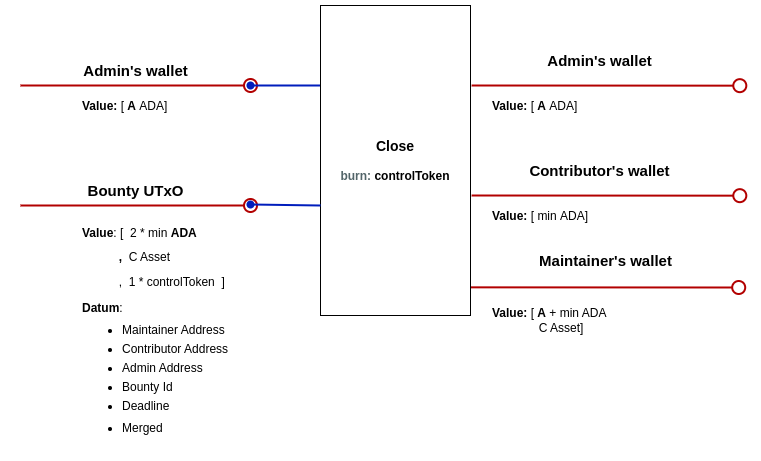
This is docs/img/close2.png from githoney-io/githoney-smart-contract, a draw.io export, as it was before one commit. Source tidied: cells renumbered, new cells last; positions are measured from the earlier drawing's top-left corner, leaving out a move shared by most shapes. Source of this version:
```xml
<mxGraphModel>
  <root>
    <mxCell id="0" />
    <mxCell id="1" parent="0" />
    <mxCell id="2" style="endArrow=oval;html=1;rounded=0;strokeWidth=2;fillColor=#e51400;strokeColor=#B20000;startArrow=none;startFill=0;endFill=0;endSize=13;" parent="1" edge="1">
      <mxGeometry relative="1" as="geometry">
        <mxPoint y="80" as="sourcePoint" />
        <mxPoint x="230" y="80" as="targetPoint" />
      </mxGeometry>
    </mxCell>
    <mxCell id="3" style="endArrow=oval;html=1;rounded=0;fillColor=#0050ef;strokeColor=#001DBC;shadow=0;strokeWidth=2;startArrow=none;startFill=0;endFill=1;endSize=6;" parent="1" edge="1">
      <mxGeometry relative="1" as="geometry">
        <mxPoint x="350" y="80" as="sourcePoint" />
        <mxPoint x="230" y="80" as="targetPoint" />
      </mxGeometry>
    </mxCell>
    <mxCell id="4" value="&lt;b&gt;Value: &lt;/b&gt;[&lt;b&gt;&amp;nbsp;A&lt;/b&gt;&amp;nbsp;ADA]" style="text;html=1;strokeColor=none;fillColor=none;align=left;verticalAlign=middle;whiteSpace=wrap;rounded=0;" parent="1" vertex="1">
      <mxGeometry x="60" y="80" width="174" height="41" as="geometry" />
    </mxCell>
    <mxCell id="5" style="endArrow=oval;html=1;rounded=0;strokeWidth=2;fillColor=#e51400;strokeColor=#B20000;startArrow=none;startFill=0;endFill=0;endSize=13;exitX=1.015;exitY=0.384;exitDx=0;exitDy=0;exitPerimeter=0;" parent="1" edge="1">
      <mxGeometry relative="1" as="geometry">
        <mxPoint x="450" y="281.8" as="sourcePoint" />
        <mxPoint x="718.2" y="282" as="targetPoint" />
      </mxGeometry>
    </mxCell>
    <mxCell id="6" value="&lt;font style=&quot;&quot;&gt;&lt;span style=&quot;font-weight: bold; font-size: 14px;&quot;&gt;Close&lt;br&gt;&lt;/span&gt;&lt;/font&gt;&lt;br&gt;&lt;b&gt;&lt;font color=&quot;#536569&quot;&gt;burn:&amp;nbsp;&lt;/font&gt;controlToken&lt;/b&gt;" style="rounded=0;whiteSpace=wrap;html=1;" parent="1" vertex="1">
      <mxGeometry x="300" width="150" height="310" as="geometry" />
    </mxCell>
    <mxCell id="7" value="&lt;font style=&quot;font-size: 15px;&quot;&gt;&lt;b style=&quot;font-size: 12px;&quot;&gt;&lt;font style=&quot;font-size: 15px;&quot;&gt;Admin's wallet&lt;/font&gt;&lt;/b&gt;&lt;b&gt;&lt;br&gt;&lt;/b&gt;&lt;/font&gt;" style="text;html=1;align=center;verticalAlign=middle;strokeColor=none;fillColor=none;" parent="1" vertex="1">
      <mxGeometry x="50" y="50" width="130" height="30" as="geometry" />
    </mxCell>
    <mxCell id="8" value="&lt;font style=&quot;font-size: 15px;&quot;&gt;&lt;b style=&quot;font-size: 12px;&quot;&gt;&lt;font style=&quot;font-size: 15px;&quot;&gt;Maintainer's wallet&lt;/font&gt;&lt;/b&gt;&lt;b&gt;&lt;br&gt;&lt;/b&gt;&lt;/font&gt;" style="text;html=1;align=center;verticalAlign=middle;strokeColor=none;fillColor=none;" parent="1" vertex="1">
      <mxGeometry x="505.2" y="240" width="160" height="30" as="geometry" />
    </mxCell>
    <mxCell id="9" style="endArrow=oval;html=1;rounded=0;strokeWidth=2;fillColor=#e51400;strokeColor=#B20000;startArrow=none;startFill=0;endFill=0;endSize=13;" parent="1" edge="1">
      <mxGeometry relative="1" as="geometry">
        <mxPoint y="200" as="sourcePoint" />
        <mxPoint x="230" y="200" as="targetPoint" />
      </mxGeometry>
    </mxCell>
    <mxCell id="10" style="endArrow=oval;html=1;rounded=0;fillColor=#0050ef;strokeColor=#001DBC;shadow=0;strokeWidth=2;startArrow=none;startFill=0;endFill=1;endSize=6;" parent="1" edge="1">
      <mxGeometry relative="1" as="geometry">
        <mxPoint x="300" y="200" as="sourcePoint" />
        <mxPoint x="230" y="199" as="targetPoint" />
      </mxGeometry>
    </mxCell>
    <mxCell id="11" value="&lt;font style=&quot;font-size: 15px;&quot;&gt;&lt;b&gt;Bounty UTxO&lt;/b&gt;&lt;/font&gt;" style="text;html=1;align=center;verticalAlign=middle;strokeColor=none;fillColor=none;" parent="1" vertex="1">
      <mxGeometry x="55" y="170" width="120" height="30" as="geometry" />
    </mxCell>
    <mxCell id="12" value="&lt;p style=&quot;line-height: 100%;&quot;&gt;&lt;b&gt;Value&lt;/b&gt;: [&amp;nbsp; 2 * min&lt;b&gt;&amp;nbsp;ADA&lt;/b&gt;&lt;/p&gt;&lt;p style=&quot;line-height: 100%;&quot;&gt;&lt;b&gt;&lt;span style=&quot;white-space: pre;&quot;&gt;&#9;&lt;/span&gt;&amp;nbsp; &amp;nbsp;,&amp;nbsp; &lt;/b&gt;C Asset&lt;br&gt;&lt;/p&gt;&lt;span style=&quot;background-color: initial;&quot;&gt;&amp;nbsp; &amp;nbsp; &amp;nbsp; &amp;nbsp; &amp;nbsp; &amp;nbsp;,&amp;nbsp; 1 * controlToken&lt;/span&gt;&lt;b style=&quot;background-color: initial;&quot;&gt;&amp;nbsp;&amp;nbsp;&lt;/b&gt;&lt;span style=&quot;background-color: initial;&quot;&gt;]&amp;nbsp;&lt;/span&gt;&lt;div&gt;&lt;p style=&quot;line-height: 100%;&quot;&gt;&lt;b&gt;Datum&lt;/b&gt;:&lt;/p&gt;&lt;ul style=&quot;line-height: 80%;&quot;&gt;&lt;li&gt;Maintainer Address&lt;br&gt;&lt;br&gt;&lt;/li&gt;&lt;li&gt;Contributor Address&lt;br&gt;&lt;br&gt;&lt;/li&gt;&lt;li&gt;Admin Address&amp;nbsp; &amp;nbsp; &amp;nbsp; &amp;nbsp; &amp;nbsp; &amp;nbsp;&lt;br&gt;&amp;nbsp; &amp;nbsp; &amp;nbsp;&lt;/li&gt;&lt;li&gt;Bounty Id&lt;br&gt;&lt;br&gt;&lt;/li&gt;&lt;li&gt;Deadline&lt;/li&gt;&lt;/ul&gt;&lt;ul style=&quot;line-height: 80%;&quot;&gt;&lt;li&gt;Merged&lt;br&gt;&lt;/li&gt;&lt;/ul&gt;&lt;p&gt;&lt;/p&gt;&lt;/div&gt;" style="text;html=1;strokeColor=none;fillColor=none;align=left;verticalAlign=middle;whiteSpace=wrap;rounded=0;" parent="1" vertex="1">
      <mxGeometry x="60" y="200" width="437.4" height="250" as="geometry" />
    </mxCell>
    <mxCell id="13" value="&lt;b&gt;Value: &lt;/b&gt;[&lt;b&gt;&amp;nbsp;A&lt;/b&gt;&amp;nbsp;+ min ADA&lt;br&gt;&lt;div&gt;&lt;span style=&quot;white-space: pre;&quot;&gt;&#9;&lt;/span&gt;&amp;nbsp; &amp;nbsp; &amp;nbsp; C Asset]&lt;/div&gt;" style="text;html=1;strokeColor=none;fillColor=none;align=left;verticalAlign=middle;whiteSpace=wrap;rounded=0;" parent="1" vertex="1">
      <mxGeometry x="470" y="294.5" width="174" height="41" as="geometry" />
    </mxCell>
    <mxCell id="14" style="endArrow=oval;html=1;rounded=0;strokeWidth=2;fillColor=#e51400;strokeColor=#B20000;startArrow=none;startFill=0;endFill=0;endSize=13;exitX=1.015;exitY=0.384;exitDx=0;exitDy=0;exitPerimeter=0;" parent="1" edge="1">
      <mxGeometry relative="1" as="geometry">
        <mxPoint x="451.1" y="80" as="sourcePoint" />
        <mxPoint x="719.3" y="80.2" as="targetPoint" />
      </mxGeometry>
    </mxCell>
    <mxCell id="15" value="&lt;font style=&quot;font-size: 15px;&quot;&gt;&lt;b style=&quot;font-size: 12px;&quot;&gt;&lt;font style=&quot;font-size: 15px;&quot;&gt;Admin's wallet&lt;/font&gt;&lt;/b&gt;&lt;b&gt;&lt;br&gt;&lt;/b&gt;&lt;/font&gt;" style="text;html=1;align=center;verticalAlign=middle;strokeColor=none;fillColor=none;" parent="1" vertex="1">
      <mxGeometry x="514" y="40" width="130" height="30" as="geometry" />
    </mxCell>
    <mxCell id="16" value="&lt;b&gt;Value: &lt;/b&gt;[&lt;b&gt;&amp;nbsp;A&lt;/b&gt;&amp;nbsp;ADA]" style="text;html=1;strokeColor=none;fillColor=none;align=left;verticalAlign=middle;whiteSpace=wrap;rounded=0;" parent="1" vertex="1">
      <mxGeometry x="470" y="80" width="174" height="41" as="geometry" />
    </mxCell>
    <mxCell id="17" style="endArrow=oval;html=1;rounded=0;strokeWidth=2;fillColor=#e51400;strokeColor=#B20000;startArrow=none;startFill=0;endFill=0;endSize=13;exitX=1.015;exitY=0.384;exitDx=0;exitDy=0;exitPerimeter=0;" parent="1" edge="1">
      <mxGeometry relative="1" as="geometry">
        <mxPoint x="451.1" y="190" as="sourcePoint" />
        <mxPoint x="719.3" y="190.2" as="targetPoint" />
      </mxGeometry>
    </mxCell>
    <mxCell id="18" value="&lt;font style=&quot;font-size: 15px;&quot;&gt;&lt;b style=&quot;font-size: 12px;&quot;&gt;&lt;font style=&quot;font-size: 15px;&quot;&gt;Contributor's wallet&lt;/font&gt;&lt;/b&gt;&lt;b&gt;&lt;br&gt;&lt;/b&gt;&lt;/font&gt;" style="text;html=1;align=center;verticalAlign=middle;strokeColor=none;fillColor=none;" parent="1" vertex="1">
      <mxGeometry x="499" y="150" width="160" height="30" as="geometry" />
    </mxCell>
    <mxCell id="19" value="&lt;b&gt;Value: &lt;/b&gt;[&lt;b&gt;&amp;nbsp;&lt;/b&gt;min&amp;nbsp;ADA]" style="text;html=1;strokeColor=none;fillColor=none;align=left;verticalAlign=middle;whiteSpace=wrap;rounded=0;" parent="1" vertex="1">
      <mxGeometry x="470" y="190" width="174" height="41" as="geometry" />
    </mxCell>
  </root>
</mxGraphModel>
```
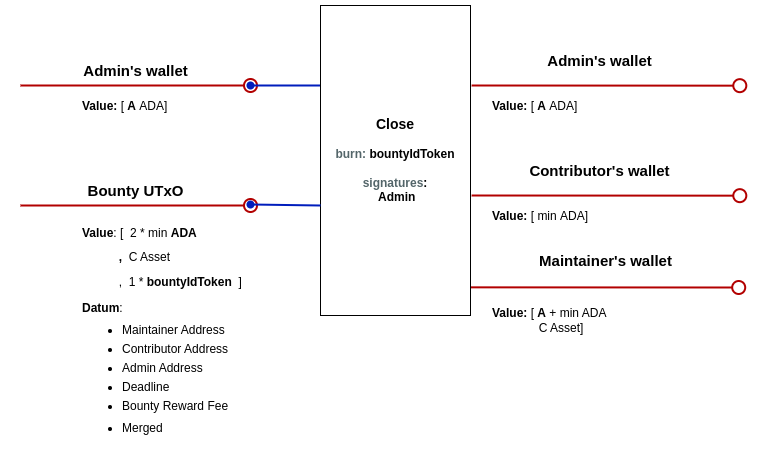
After the change.

What changed in the source:
```diff
@@ -23,7 +23,7 @@
         <mxPoint x="718.2" y="282" as="targetPoint" />
       </mxGeometry>
     </mxCell>
-    <mxCell id="6" value="&lt;font style=&quot;&quot;&gt;&lt;span style=&quot;font-weight: bold; font-size: 14px;&quot;&gt;Close&lt;br&gt;&lt;/span&gt;&lt;/font&gt;&lt;br&gt;&lt;b&gt;&lt;font color=&quot;#536569&quot;&gt;burn:&amp;nbsp;&lt;/font&gt;controlToken&lt;/b&gt;" style="rounded=0;whiteSpace=wrap;html=1;" parent="1" vertex="1">
+    <mxCell id="6" value="&lt;font style=&quot;&quot;&gt;&lt;span style=&quot;font-weight: bold; font-size: 14px;&quot;&gt;Close&lt;br&gt;&lt;/span&gt;&lt;/font&gt;&lt;br&gt;&lt;b&gt;&lt;font color=&quot;#536569&quot;&gt;burn:&amp;nbsp;&lt;/font&gt;bountyIdToken&lt;br&gt;&lt;br&gt;&lt;/b&gt;&lt;b&gt;&lt;font color=&quot;#536569&quot;&gt;signatures&lt;/font&gt;:&lt;br&gt;&amp;nbsp;Admin&lt;/b&gt;&lt;b&gt;&lt;br&gt;&lt;/b&gt;" style="rounded=0;whiteSpace=wrap;html=1;" parent="1" vertex="1">
       <mxGeometry x="300" width="150" height="310" as="geometry" />
     </mxCell>
     <mxCell id="7" value="&lt;font style=&quot;font-size: 15px;&quot;&gt;&lt;b style=&quot;font-size: 12px;&quot;&gt;&lt;font style=&quot;font-size: 15px;&quot;&gt;Admin's wallet&lt;/font&gt;&lt;/b&gt;&lt;b&gt;&lt;br&gt;&lt;/b&gt;&lt;/font&gt;" style="text;html=1;align=center;verticalAlign=middle;strokeColor=none;fillColor=none;" parent="1" vertex="1">
@@ -47,7 +47,7 @@
     <mxCell id="11" value="&lt;font style=&quot;font-size: 15px;&quot;&gt;&lt;b&gt;Bounty UTxO&lt;/b&gt;&lt;/font&gt;" style="text;html=1;align=center;verticalAlign=middle;strokeColor=none;fillColor=none;" parent="1" vertex="1">
       <mxGeometry x="55" y="170" width="120" height="30" as="geometry" />
     </mxCell>
-    <mxCell id="12" value="&lt;p style=&quot;line-height: 100%;&quot;&gt;&lt;b&gt;Value&lt;/b&gt;: [&amp;nbsp; 2 * min&lt;b&gt;&amp;nbsp;ADA&lt;/b&gt;&lt;/p&gt;&lt;p style=&quot;line-height: 100%;&quot;&gt;&lt;b&gt;&lt;span style=&quot;white-space: pre;&quot;&gt;&#9;&lt;/span&gt;&amp;nbsp; &amp;nbsp;,&amp;nbsp; &lt;/b&gt;C Asset&lt;br&gt;&lt;/p&gt;&lt;span style=&quot;background-color: initial;&quot;&gt;&amp;nbsp; &amp;nbsp; &amp;nbsp; &amp;nbsp; &amp;nbsp; &amp;nbsp;,&amp;nbsp; 1 * controlToken&lt;/span&gt;&lt;b style=&quot;background-color: initial;&quot;&gt;&amp;nbsp;&amp;nbsp;&lt;/b&gt;&lt;span style=&quot;background-color: initial;&quot;&gt;]&amp;nbsp;&lt;/span&gt;&lt;div&gt;&lt;p style=&quot;line-height: 100%;&quot;&gt;&lt;b&gt;Datum&lt;/b&gt;:&lt;/p&gt;&lt;ul style=&quot;line-height: 80%;&quot;&gt;&lt;li&gt;Maintainer Address&lt;br&gt;&lt;br&gt;&lt;/li&gt;&lt;li&gt;Contributor Address&lt;br&gt;&lt;br&gt;&lt;/li&gt;&lt;li&gt;Admin Address&amp;nbsp; &amp;nbsp; &amp;nbsp; &amp;nbsp; &amp;nbsp; &amp;nbsp;&lt;br&gt;&amp;nbsp; &amp;nbsp; &amp;nbsp;&lt;/li&gt;&lt;li&gt;Bounty Id&lt;br&gt;&lt;br&gt;&lt;/li&gt;&lt;li&gt;Deadline&lt;/li&gt;&lt;/ul&gt;&lt;ul style=&quot;line-height: 80%;&quot;&gt;&lt;li&gt;Merged&lt;br&gt;&lt;/li&gt;&lt;/ul&gt;&lt;p&gt;&lt;/p&gt;&lt;/div&gt;" style="text;html=1;strokeColor=none;fillColor=none;align=left;verticalAlign=middle;whiteSpace=wrap;rounded=0;" parent="1" vertex="1">
+    <mxCell id="12" value="&lt;p style=&quot;line-height: 100%;&quot;&gt;&lt;b&gt;Value&lt;/b&gt;: [&amp;nbsp; 2 * min&lt;b&gt;&amp;nbsp;ADA&lt;/b&gt;&lt;/p&gt;&lt;p style=&quot;line-height: 100%;&quot;&gt;&lt;b&gt;&lt;span style=&quot;white-space: pre;&quot;&gt;&#9;&lt;/span&gt;&amp;nbsp; &amp;nbsp;,&amp;nbsp; &lt;/b&gt;C Asset&lt;br&gt;&lt;/p&gt;&lt;span style=&quot;background-color: initial;&quot;&gt;&amp;nbsp; &amp;nbsp; &amp;nbsp; &amp;nbsp; &amp;nbsp; &amp;nbsp;,&amp;nbsp; 1 *&amp;nbsp;&lt;/span&gt;&lt;b style=&quot;text-align: center;&quot;&gt;bountyIdToken&lt;/b&gt;&lt;b style=&quot;background-color: initial;&quot;&gt;&amp;nbsp;&amp;nbsp;&lt;/b&gt;&lt;span style=&quot;background-color: initial;&quot;&gt;]&amp;nbsp;&lt;/span&gt;&lt;div&gt;&lt;p style=&quot;line-height: 100%;&quot;&gt;&lt;b&gt;Datum&lt;/b&gt;:&lt;/p&gt;&lt;ul style=&quot;line-height: 80%;&quot;&gt;&lt;li&gt;Maintainer Address&lt;br&gt;&lt;br&gt;&lt;/li&gt;&lt;li&gt;Contributor Address&lt;br&gt;&lt;br&gt;&lt;/li&gt;&lt;li&gt;Admin Address&amp;nbsp; &amp;nbsp; &amp;nbsp; &amp;nbsp; &amp;nbsp; &amp;nbsp;&lt;br&gt;&amp;nbsp; &amp;nbsp; &amp;nbsp;&lt;/li&gt;&lt;li&gt;Deadline&lt;br&gt;&lt;br&gt;&lt;/li&gt;&lt;li&gt;Bounty Reward Fee&lt;/li&gt;&lt;/ul&gt;&lt;ul style=&quot;line-height: 80%;&quot;&gt;&lt;li&gt;Merged&lt;br&gt;&lt;/li&gt;&lt;/ul&gt;&lt;p&gt;&lt;/p&gt;&lt;/div&gt;" style="text;html=1;strokeColor=none;fillColor=none;align=left;verticalAlign=middle;whiteSpace=wrap;rounded=0;" parent="1" vertex="1">
       <mxGeometry x="60" y="200" width="437.4" height="250" as="geometry" />
     </mxCell>
     <mxCell id="13" value="&lt;b&gt;Value: &lt;/b&gt;[&lt;b&gt;&amp;nbsp;A&lt;/b&gt;&amp;nbsp;+ min ADA&lt;br&gt;&lt;div&gt;&lt;span style=&quot;white-space: pre;&quot;&gt;&#9;&lt;/span&gt;&amp;nbsp; &amp;nbsp; &amp;nbsp; C Asset]&lt;/div&gt;" style="text;html=1;strokeColor=none;fillColor=none;align=left;verticalAlign=middle;whiteSpace=wrap;rounded=0;" parent="1" vertex="1">
```
